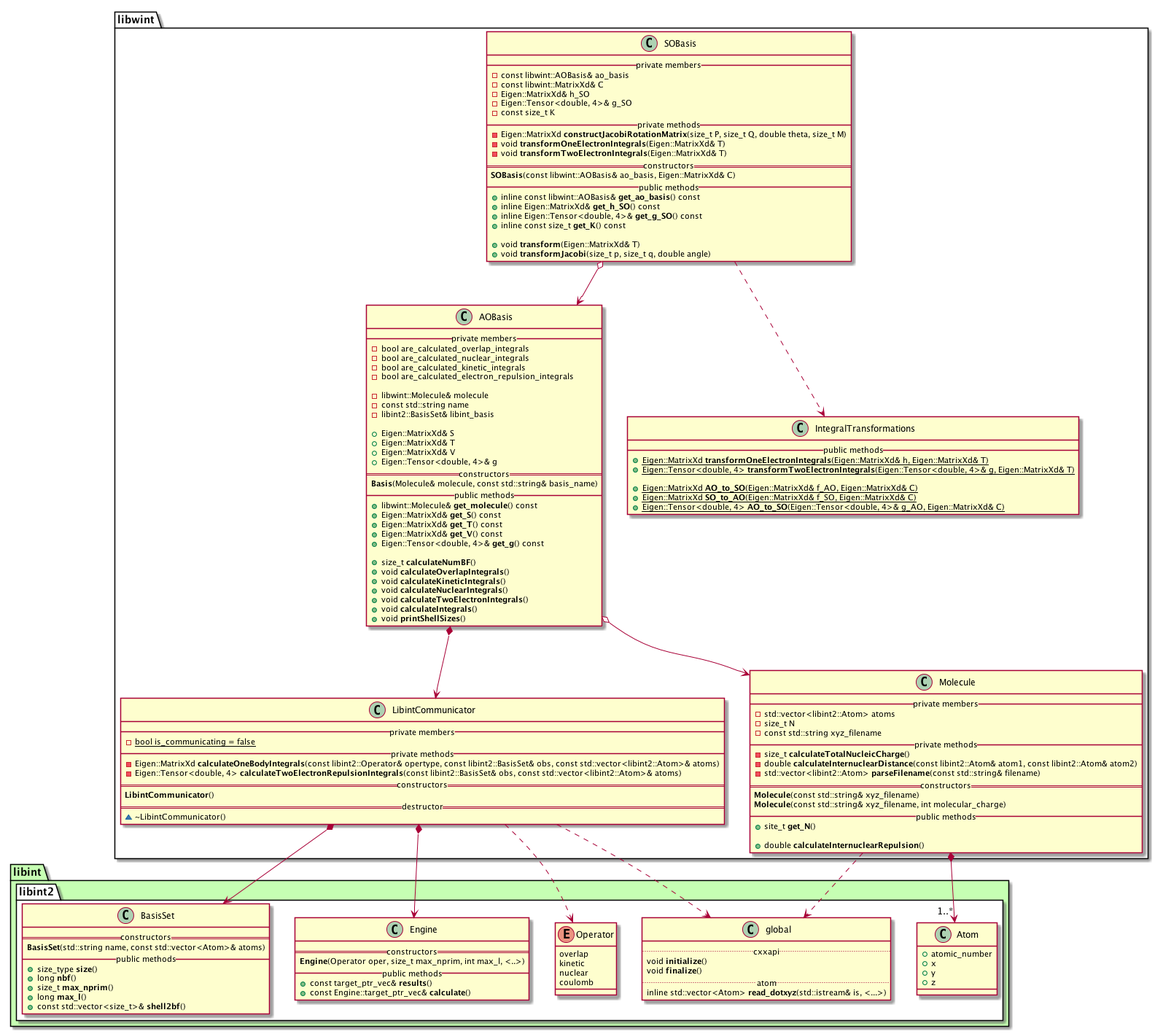
Earlier version of the PlantUML export docs/libwint_UML_diagram.png (tmhuysen/libwint).
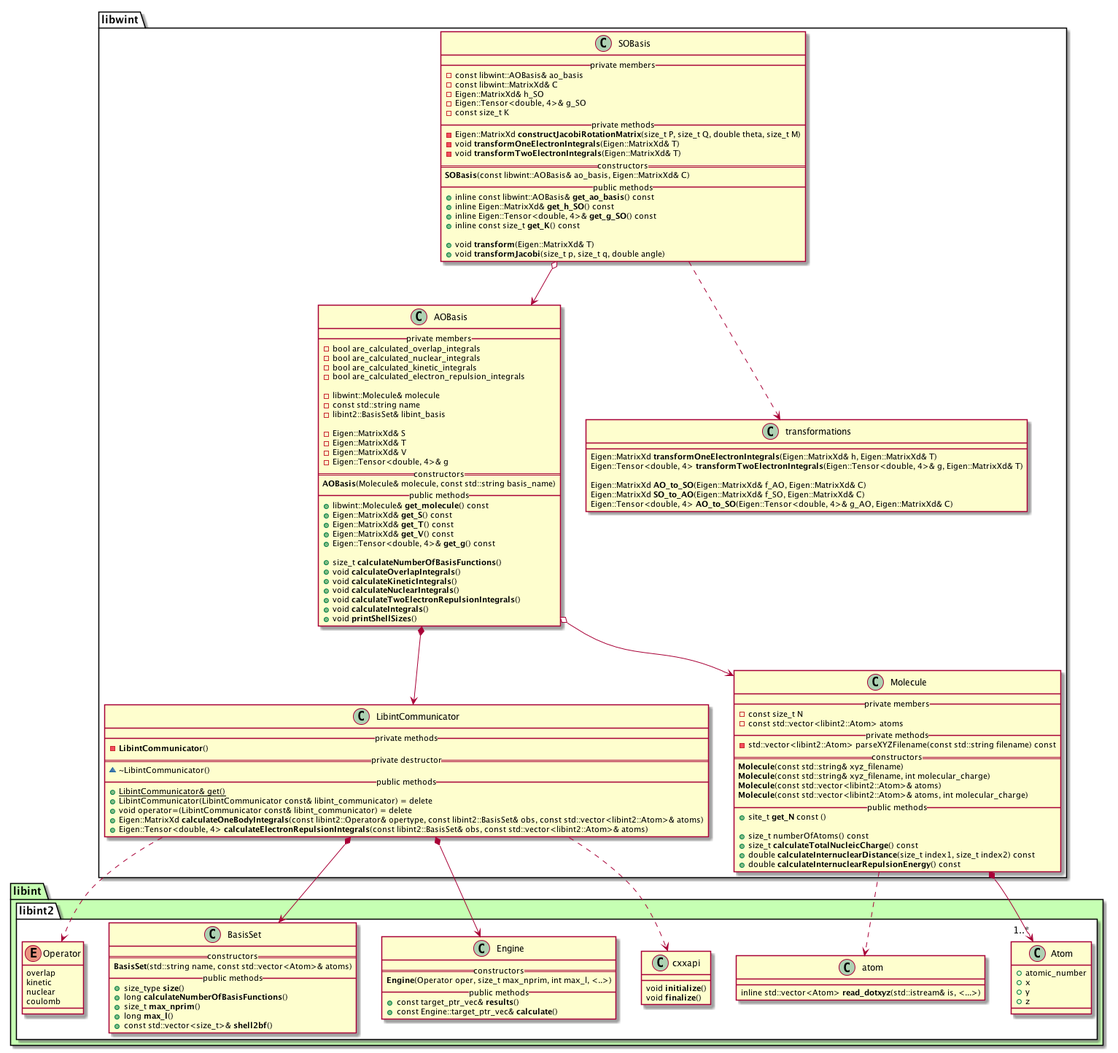
Above is the later version.

Commit message:
Update UML a bit.

Change to the diagram source:
```diff
@@ -24,7 +24,7 @@
                 **BasisSet**(std::string name, const std::vector<Atom>& atoms)
             __ public methods __
                 + size_type **size**()
-                + long **nbf**()
+                + long **calculateNumberOfBasisFunctions**()
                 + size_t **max_nprim**()
                 + long **max_l**()
                 + const std::vector<size_t>& **shell2bf**()
@@ -37,12 +37,13 @@
             coulomb
         }
 
-        class global {
-            .. cxxapi ..
+        class cxxapi {
                 void **initialize**()
                 void **finalize**()
-            .. atom ..
-                inline std::vector<Atom> **read_dotxyz**(std::istream& is, <...>)
+        }
+
+        class atom {
+            inline std::vector<Atom> **read_dotxyz**(std::istream& is, <...>)
         }
     }
 }
@@ -63,12 +64,12 @@
             - const std::string name
             - libint2::BasisSet& libint_basis
 
-            + Eigen::MatrixXd& S
-            + Eigen::MatrixXd& T
-            + Eigen::MatrixXd& V
-            + Eigen::Tensor<double, 4>& g
+            - Eigen::MatrixXd& S
+            - Eigen::MatrixXd& T
+            - Eigen::MatrixXd& V
+            - Eigen::Tensor<double, 4>& g
         == constructors ==
-            **Basis**(Molecule& molecule, const std::string& basis_name)
+            **AOBasis**(Molecule& molecule, const std::string basis_name)
         __ public methods __
             + libwint::Molecule& **get_molecule**() const
             + Eigen::MatrixXd& **get_S**() const
@@ -76,11 +77,11 @@
             + Eigen::MatrixXd& **get_V**() const
             + Eigen::Tensor<double, 4>& **get_g**() const
 
-            + size_t **calculateNumBF**()
+            + size_t **calculateNumberOfBasisFunctions**()
             + void **calculateOverlapIntegrals**()
             + void **calculateKineticIntegrals**()
             + void **calculateNuclearIntegrals**()
-            + void **calculateTwoElectronIntegrals**()
+            + void **calculateTwoElectronRepulsionIntegrals**()
             + void **calculateIntegrals**()
             + void **printShellSizes**()
     }
@@ -110,46 +111,48 @@
     }
 
 
-    class IntegralTransformations {
-        __ public methods __
-            + {static} Eigen::MatrixXd **transformOneElectronIntegrals**(Eigen::MatrixXd& h, Eigen::MatrixXd& T)
-            + {static} Eigen::Tensor<double, 4> **transformTwoElectronIntegrals**(Eigen::Tensor<double, 4>& g, Eigen::MatrixXd& T)
+    class transformations {
+            Eigen::MatrixXd **transformOneElectronIntegrals**(Eigen::MatrixXd& h, Eigen::MatrixXd& T)
+            Eigen::Tensor<double, 4> **transformTwoElectronIntegrals**(Eigen::Tensor<double, 4>& g, Eigen::MatrixXd& T)
 
-            + {static} Eigen::MatrixXd **AO_to_SO**(Eigen::MatrixXd& f_AO, Eigen::MatrixXd& C)
-            + {static} Eigen::MatrixXd **SO_to_AO**(Eigen::MatrixXd& f_SO, Eigen::MatrixXd& C)
-            + {static} Eigen::Tensor<double, 4> **AO_to_SO**(Eigen::Tensor<double, 4>& g_AO, Eigen::MatrixXd& C)
+            Eigen::MatrixXd **AO_to_SO**(Eigen::MatrixXd& f_AO, Eigen::MatrixXd& C)
+            Eigen::MatrixXd **SO_to_AO**(Eigen::MatrixXd& f_SO, Eigen::MatrixXd& C)
+            Eigen::Tensor<double, 4> **AO_to_SO**(Eigen::Tensor<double, 4>& g_AO, Eigen::MatrixXd& C)
     }
 
 
     class LibintCommunicator {
-        __ private members __
-            - {static} bool is_communicating = false
         __ private methods __
-            - Eigen::MatrixXd **calculateOneBodyIntegrals**(const libint2::Operator& opertype, const libint2::BasisSet& obs, const std::vector<libint2::Atom>& atoms)
-            - Eigen::Tensor<double, 4> **calculateTwoElectronRepulsionIntegrals**(const libint2::BasisSet& obs, const std::vector<libint2::Atom>& atoms)
-        == constructors ==
-            **LibintCommunicator**()
-        == destructor ==
+            - **LibintCommunicator**()
+        == private destructor ==
             ~ ~LibintCommunicator()
+        __ public methods __
+            + {static} LibintCommunicator& get()
+            + LibintCommunicator(LibintCommunicator const& libint_communicator) = delete
+            + void operator=(LibintCommunicator const& libint_communicator) = delete
+            + Eigen::MatrixXd **calculateOneBodyIntegrals**(const libint2::Operator& opertype, const libint2::BasisSet& obs, const std::vector<libint2::Atom>& atoms)
+            + Eigen::Tensor<double, 4> **calculateElectronRepulsionIntegrals**(const libint2::BasisSet& obs, const std::vector<libint2::Atom>& atoms)
     }
 
 
     class Molecule {
         __ private members __
-            - std::vector<libint2::Atom> atoms
-            - size_t N
-            - const std::string xyz_filename
+            - const size_t N
+            - const std::vector<libint2::Atom> atoms
         __ private methods __
-            - size_t **calculateTotalNucleicCharge**()
-            - double **calculateInternuclearDistance**(const libint2::Atom& atom1, const libint2::Atom& atom2)
-            - std::vector<libint2::Atom> **parseFilename**(const std::string& filename)
+            - std::vector<libint2::Atom> parseXYZFilename(const std::string filename) const
         == constructors ==
             **Molecule**(const std::string& xyz_filename)
             **Molecule**(const std::string& xyz_filename, int molecular_charge)
+            **Molecule**(const std::vector<libint2::Atom>& atoms)
+            **Molecule**(const std::vector<libint2::Atom>& atoms, int molecular_charge)
         __ public methods __
-            + site_t **get_N**()
+            + site_t **get_N** const ()
 
-            + double **calculateInternuclearRepulsion**()
+            + size_t numberOfAtoms() const
+            + size_t **calculateTotalNucleicCharge**() const
+            + double **calculateInternuclearDistance**(size_t index1, size_t index2) const
+            + double **calculateInternuclearRepulsionEnergy**() const
     }
 
 }
@@ -162,12 +165,12 @@
 libwint.LibintCommunicator *--> libint2.BasisSet
 libwint.LibintCommunicator ..> libint2.Operator
 libwint.LibintCommunicator *--> libint2.Engine
-libwint.LibintCommunicator ..> libint2.global
+libwint.LibintCommunicator ..> libint2.cxxapi
 
 libwint.Molecule *--> "1..*" libint2.Atom
-libwint.Molecule ..> libint2.global
+libwint.Molecule ..> libint2.atom
 
-libwint.SOBasis ..> libwint.IntegralTransformations
+libwint.SOBasis ..> libwint.transformations
 libwint.SOBasis o--> libwint.AOBasis
 
 
```
